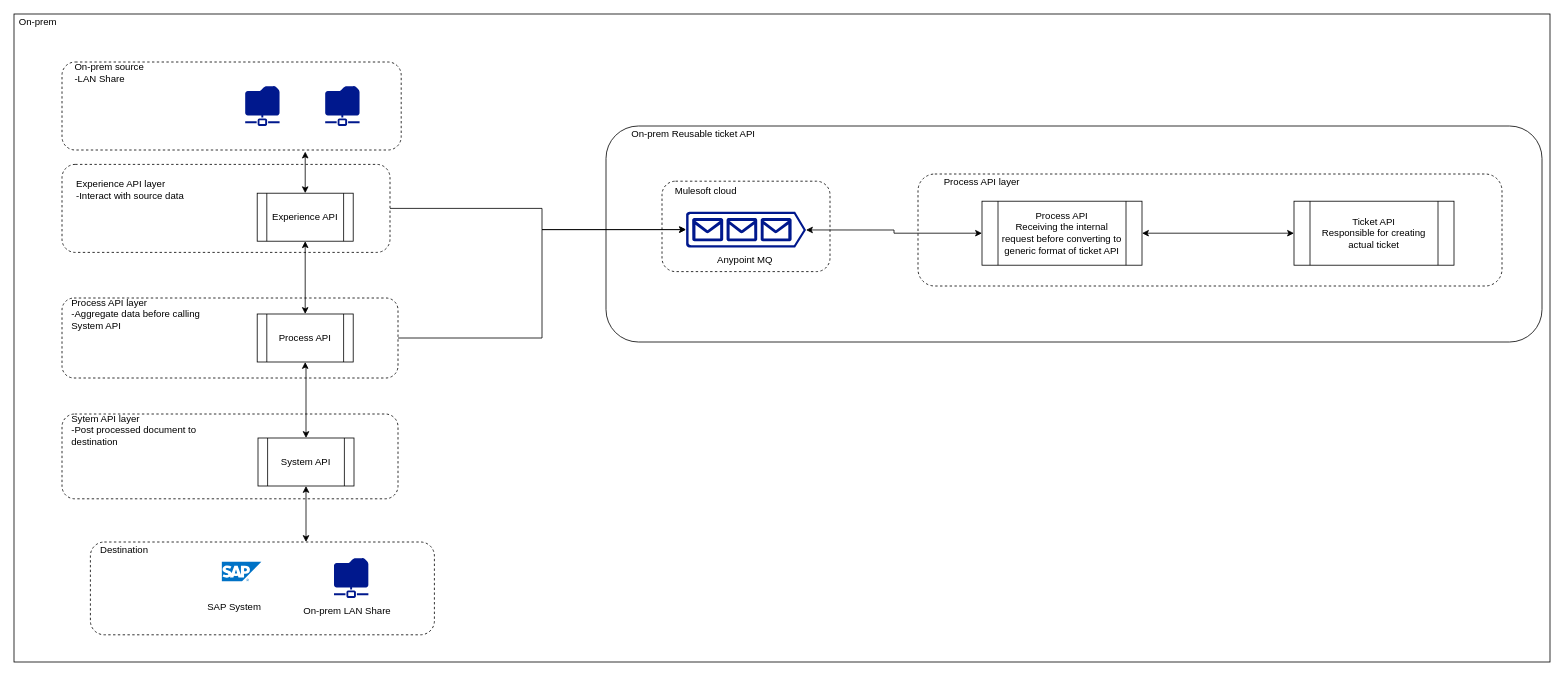
The draw.io diagram page "Pattern_1" (2 of 4) of Untitled Diagram.drawio in Jaktip/jty-fn, before the edit. Source tidied: cells renumbered, new cells numbered last; positions are measured from the earlier drawing's top-left corner, leaving out a move shared by most shapes. Both pictures are drawn from the tidied source at 80%, with x=0, y=0 at pixel (14, 14). Pictures stored in the file or linked from it are replaced by grey dashed boxes.
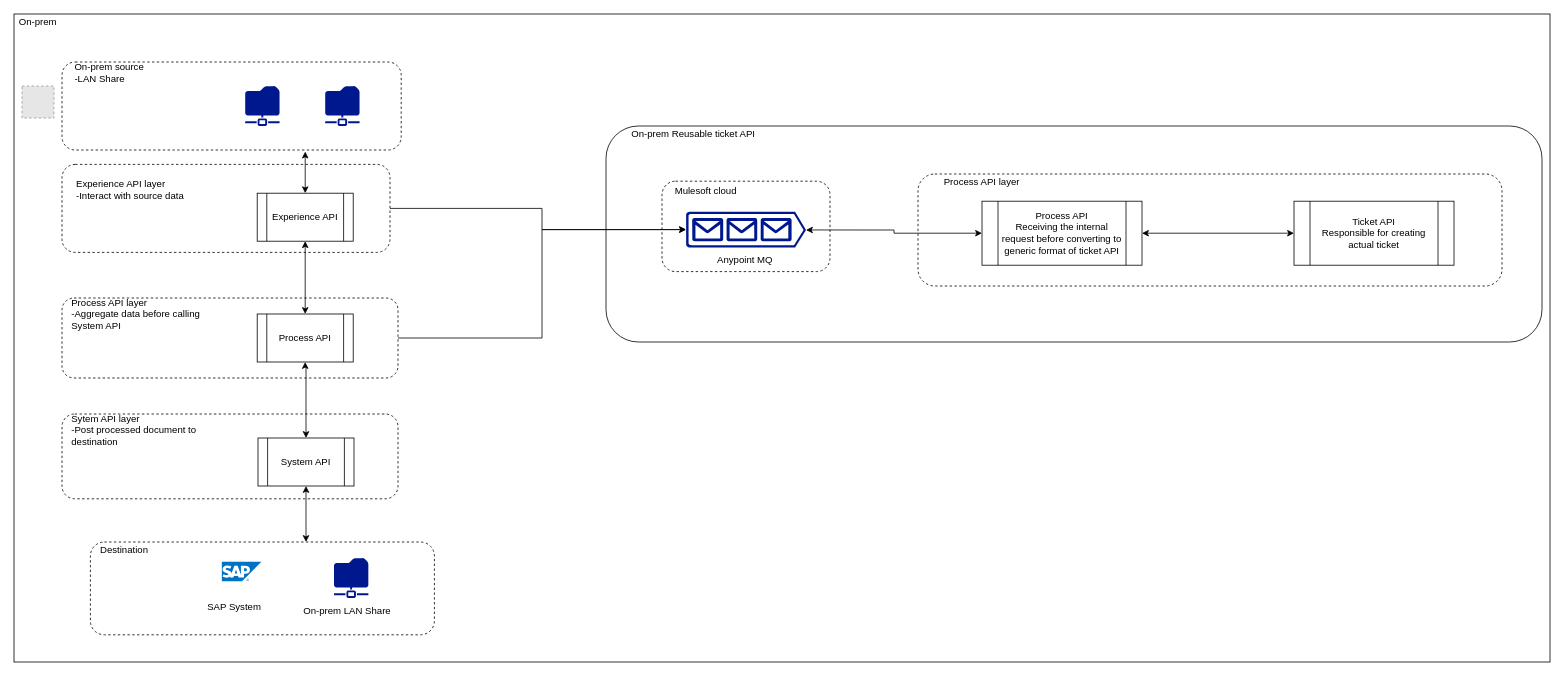
After the change.

The edit, as a diff of the source:
```diff
@@
+    <mxCell id="41" style="fillColor=#E6E6E6;strokeColor=#999999;dashed=1;html=1;verticalAlign=top;verticalLabelPosition=bottom;labelBackgroundColor=#ffffff;" parent="1" vertex="1">
+      <mxGeometry x="10" y="90" width="40" height="40" as="geometry" />
+    </mxCell>
```
